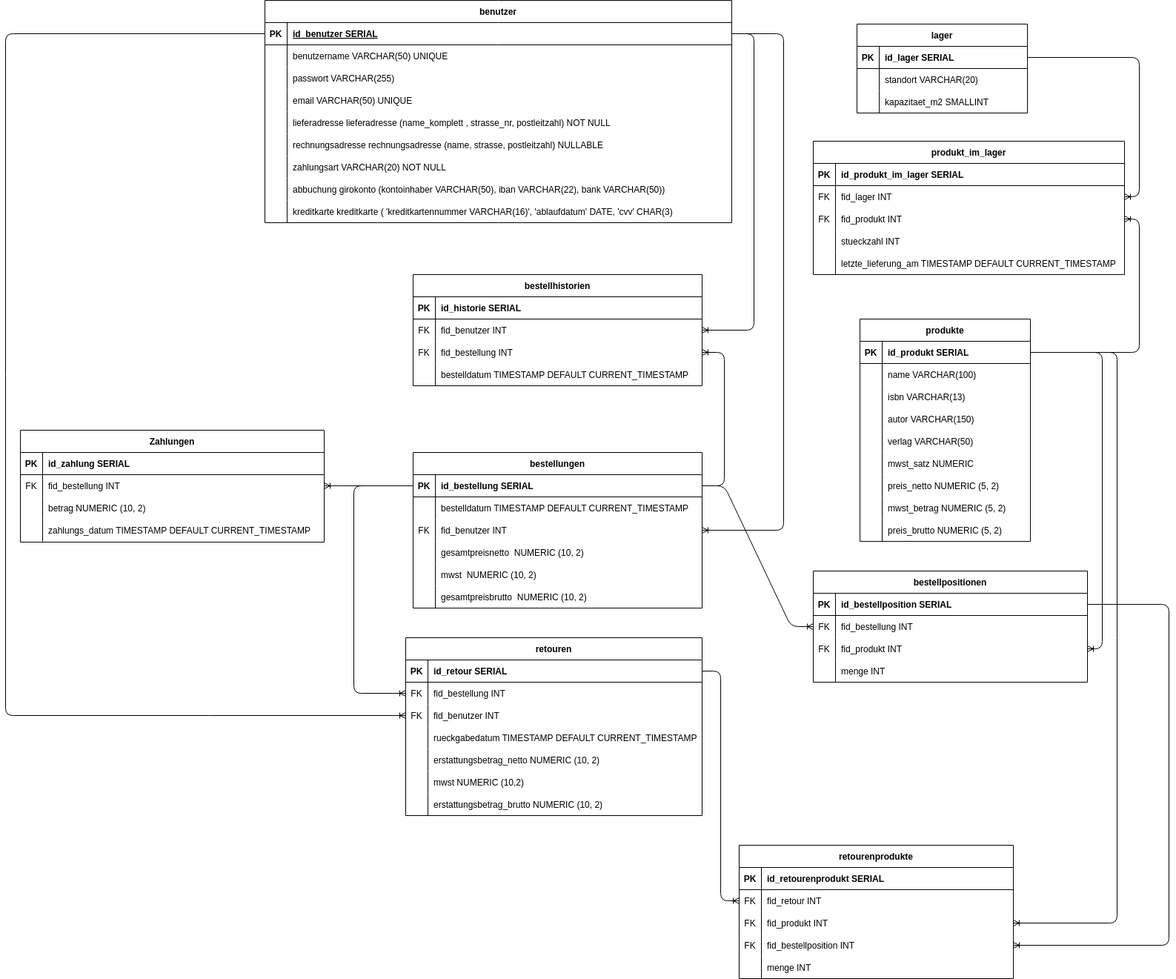
Earlier version of the draw.io export ERD-physisch-nachher.png (MaPankow/PostgreSQL_Onlineshop). Source tidied: cells renumbered, new cells last; positions are measured from the earlier drawing's top-left corner, leaving out a move shared by most shapes.
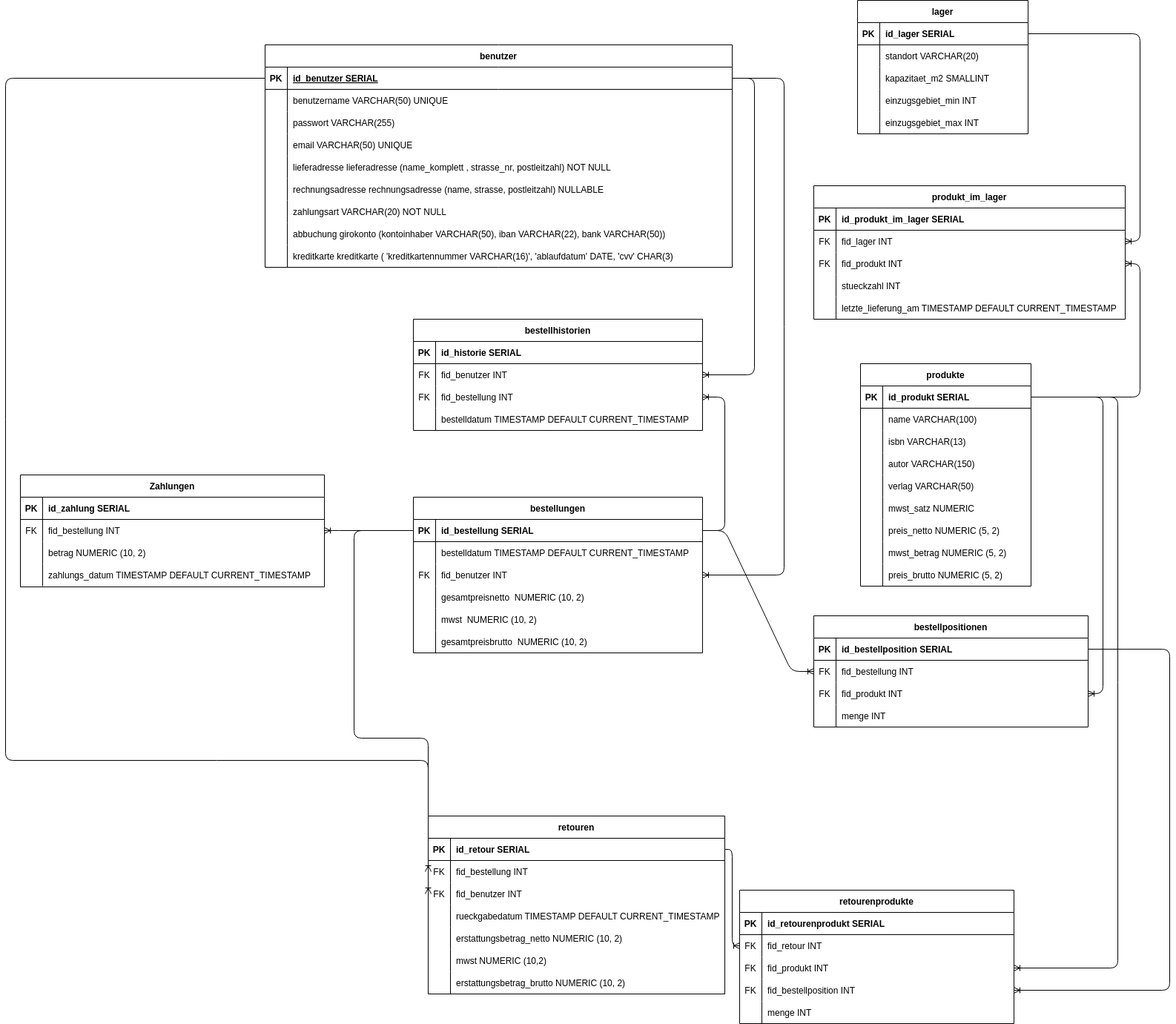
The same diagram one commit later.

Commit message:
ERD nachher und Kürzungen im Text

Diff of the diagram source:
```diff
@@ -241,7 +241,7 @@
       <mxGeometry x="30" width="380" height="30" as="geometry" />
     </mxCell>
     <mxCell id="78" value="retouren" style="shape=table;startSize=30;rowLines=0;fontStyle=1;align=center;" parent="1" vertex="1">
-      <mxGeometry x="540" y="860" width="400" height="240" as="geometry" />
+      <mxGeometry x="570" y="1040" width="400" height="240" as="geometry" />
     </mxCell>
     <mxCell id="79" style="shape=tableRow;horizontal=0;startSize=0;swimlaneHead=0;swimlaneBody=0;fillColor=none;points=[[0,0.5],[1,0.5]];portConstraint=eastwest;top=0;left=0;right=0;bottom=1;" parent="78" vertex="1">
       <mxGeometry y="30" width="400" height="30" as="geometry" />
@@ -424,7 +424,7 @@
       <mxGeometry relative="1" as="geometry" />
     </mxCell>
     <mxCell id="134" value="lager" style="shape=table;startSize=30;rowLines=0;fontStyle=1;align=center;" parent="1" vertex="1">
-      <mxGeometry x="1149" y="32" width="230" height="120" as="geometry" />
+      <mxGeometry x="1149" y="-60" width="230" height="180" as="geometry" />
     </mxCell>
     <mxCell id="135" style="shape=tableRow;horizontal=0;startSize=0;swimlaneHead=0;swimlaneBody=0;fillColor=none;points=[[0,0.5],[1,0.5]];portConstraint=eastwest;top=0;left=0;right=0;bottom=1;" parent="134" vertex="1">
       <mxGeometry y="30" width="230" height="30" as="geometry" />
@@ -453,6 +453,24 @@
     <mxCell id="143" value="kapazitaet_m2 SMALLINT" style="shape=partialRectangle;fillColor=none;top=0;left=0;bottom=0;right=0;align=left;spacingLeft=6;overflow=hidden;" parent="141" vertex="1">
       <mxGeometry x="30" width="200" height="30" as="geometry" />
     </mxCell>
+    <mxCell id="193" style="shape=tableRow;horizontal=0;startSize=0;swimlaneHead=0;swimlaneBody=0;fillColor=none;top=0;left=0;right=0;bottom=0;" parent="134" vertex="1">
+      <mxGeometry y="120" width="230" height="30" as="geometry" />
+    </mxCell>
+    <mxCell id="194" style="shape=partialRectangle;fillColor=none;top=0;left=0;bottom=0;right=0;overflow=hidden;" parent="193" vertex="1">
+      <mxGeometry width="30" height="30" as="geometry" />
+    </mxCell>
+    <mxCell id="195" value="einzugsgebiet_min INT" style="shape=partialRectangle;fillColor=none;top=0;left=0;bottom=0;right=0;align=left;spacingLeft=6;overflow=hidden;" parent="193" vertex="1">
+      <mxGeometry x="30" width="200" height="30" as="geometry" />
+    </mxCell>
+    <mxCell id="196" style="shape=tableRow;horizontal=0;startSize=0;swimlaneHead=0;swimlaneBody=0;fillColor=none;top=0;left=0;right=0;bottom=0;" parent="134" vertex="1">
+      <mxGeometry y="150" width="230" height="30" as="geometry" />
+    </mxCell>
+    <mxCell id="197" style="shape=partialRectangle;fillColor=none;top=0;left=0;bottom=0;right=0;overflow=hidden;" parent="196" vertex="1">
+      <mxGeometry width="30" height="30" as="geometry" />
+    </mxCell>
+    <mxCell id="198" value="einzugsgebiet_max INT" style="shape=partialRectangle;fillColor=none;top=0;left=0;bottom=0;right=0;align=left;spacingLeft=6;overflow=hidden;labelBackgroundColor=default;" parent="196" vertex="1">
+      <mxGeometry x="30" width="200" height="30" as="geometry" />
+    </mxCell>
     <mxCell id="144" value="produkte" style="shape=table;startSize=30;rowLines=0;fontStyle=1;align=center;" parent="1" vertex="1">
       <mxGeometry x="1153" y="430" width="230" height="300" as="geometry" />
     </mxCell>
@@ -548,7 +566,7 @@
     <mxCell id="173" style="edgeStyle=orthogonalEdgeStyle;fontSize=12;html=1;endArrow=ERoneToMany;exitX=1;exitY=0.5;exitDx=0;exitDy=0;" parent="1" edge="1" source="135" target="178">
       <mxGeometry relative="1" as="geometry">
         <Array as="points">
-          <mxPoint x="1530" y="77" />
+          <mxPoint x="1530" y="-15" />
           <mxPoint x="1530" y="265" />
         </Array>
       </mxGeometry>
```
